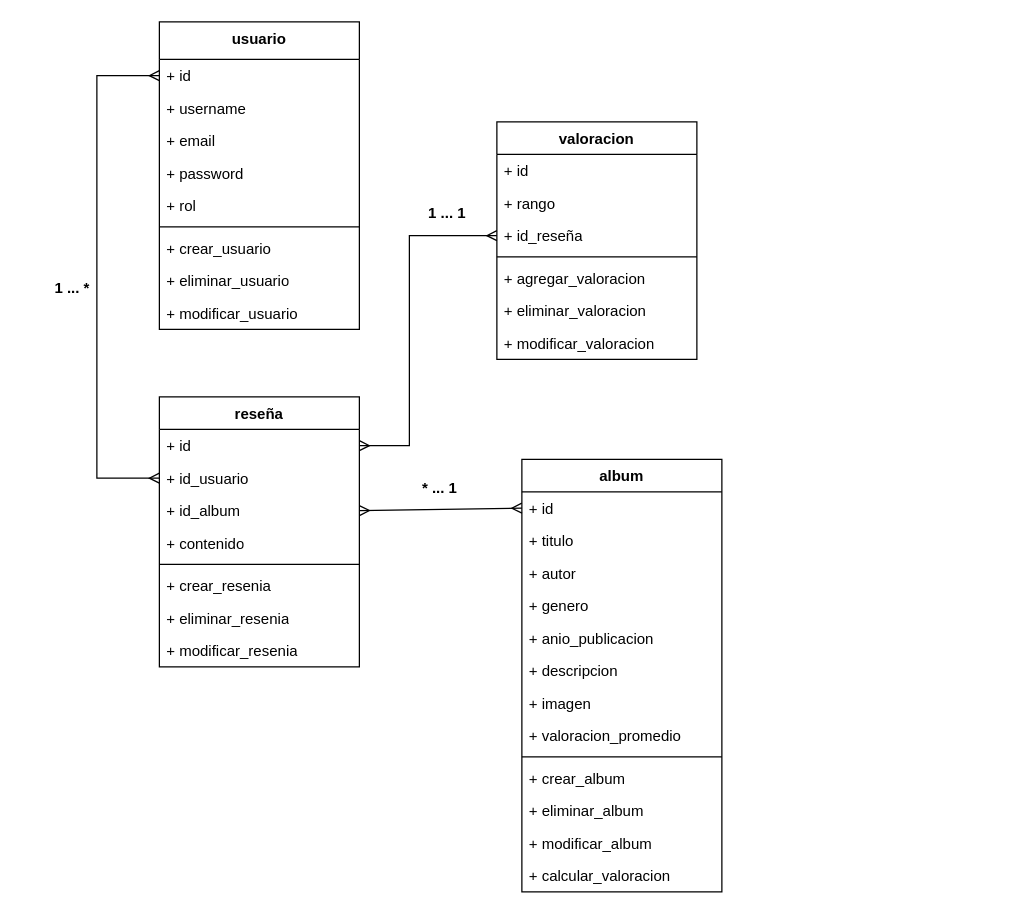
The draw.io diagram docs/MODELO_DE_DOMINIO.drawio in TPI-TUP/VinyLog, before the edit. Source tidied: cells renumbered, new cells numbered last; positions are measured from the earlier drawing's top-left corner, leaving out a move shared by most shapes. Both pictures are drawn from the tidied source at 125%, with x=0, y=0 at pixel (21, 21).
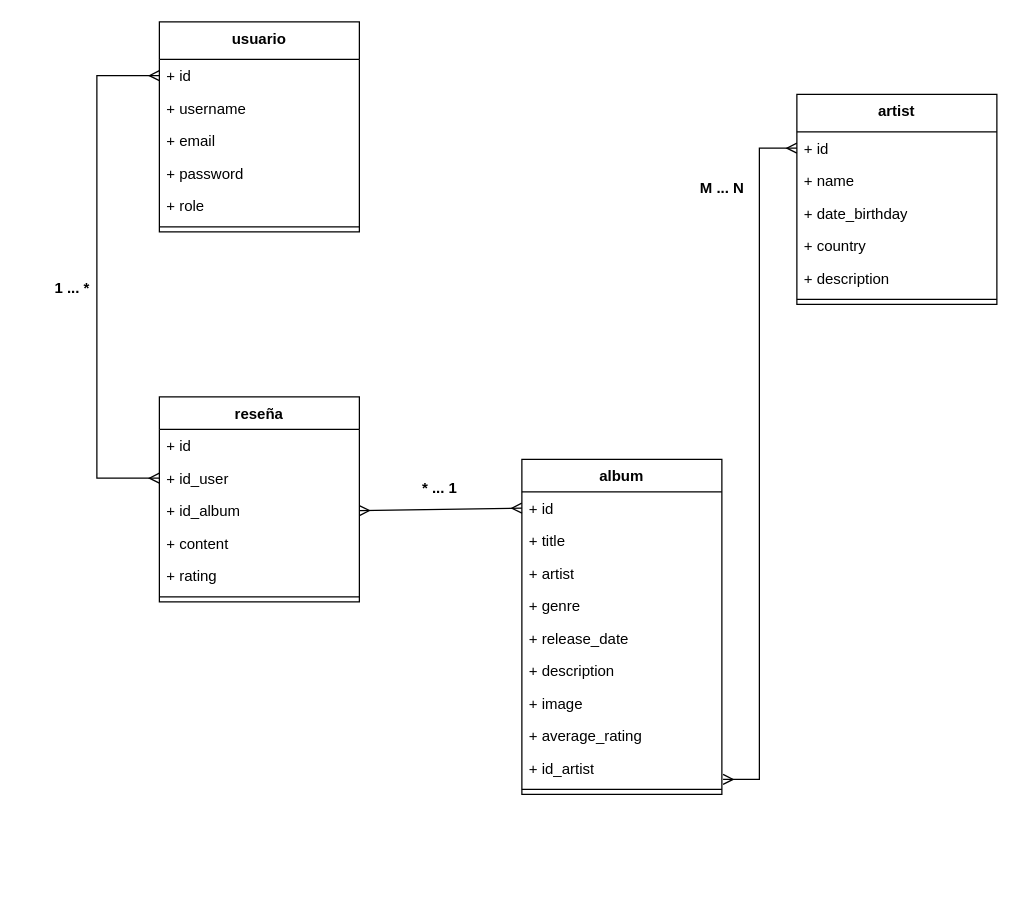
After the change.

Commit message:
fix modelo de dominio

The change refers to these unchanged cells:
```xml
<mxCell id="3" value="+ id" style="text;strokeColor=none;fillColor=none;align=left;verticalAlign=top;spacingLeft=4;spacingRight=4;overflow=hidden;points=[[0,0.5],[1,0.5]];portConstraint=eastwest;whiteSpace=wrap;html=1;" parent="2" vertex="1">
  <mxGeometry y="26" width="160" height="26" as="geometry" />
</mxCell>
```

The edit, as a diff of the source:
```diff
@@
     <mxCell id="2" value="reseña" style="swimlane;fontStyle=1;align=center;verticalAlign=top;horizontal=1;startSize=26;whiteSpace=wrap;html=1;" parent="1" vertex="1">
-      <mxGeometry x="110" y="300" width="160" height="216" as="geometry" />
+      <mxGeometry x="110" y="300" width="160" height="164" as="geometry" />
     </mxCell>
@@
-    <mxCell id="4" value="+ id_usuario" style="text;strokeColor=none;fillColor=none;align=left;verticalAlign=top;spacingLeft=4;spacingRight=4;overflow=hidden;points=[[0,0.5],[1,0.5]];portConstraint=eastwest;whiteSpace=wrap;html=1;" parent="2" vertex="1">
+    <mxCell id="4" value="+ id_user" style="text;strokeColor=none;fillColor=none;align=left;verticalAlign=top;spacingLeft=4;spacingRight=4;overflow=hidden;points=[[0,0.5],[1,0.5]];portConstraint=eastwest;whiteSpace=wrap;html=1;" parent="2" vertex="1">
       <mxGeometry y="52" width="160" height="26" as="geometry" />
     </mxCell>
@@
-    <mxCell id="6" value="+ contenido" style="text;strokeColor=none;fillColor=none;align=left;verticalAlign=top;spacingLeft=4;spacingRight=4;overflow=hidden;whiteSpace=wrap;html=1;" parent="2" vertex="1">
+    <mxCell id="6" value="+ content" style="text;strokeColor=none;fillColor=none;align=left;verticalAlign=top;spacingLeft=4;spacingRight=4;overflow=hidden;whiteSpace=wrap;html=1;" parent="2" vertex="1">
       <mxGeometry y="104" width="160" height="26" as="geometry" />
     </mxCell>
+    <mxCell id="49" value="+ rating" style="text;strokeColor=none;fillColor=none;align=left;verticalAlign=top;spacingLeft=4;spacingRight=4;overflow=hidden;whiteSpace=wrap;html=1;" parent="2" vertex="1">
+      <mxGeometry y="130" width="160" height="26" as="geometry" />
+    </mxCell>
     <mxCell id="7" style="line;strokeWidth=1;fillColor=none;align=left;verticalAlign=middle;spacingTop=-1;spacingLeft=3;spacingRight=3;labelPosition=right;strokeColor=inherit;" parent="2" vertex="1">
-      <mxGeometry y="130" width="160" height="8" as="geometry" />
+      <mxGeometry y="156" width="160" height="8" as="geometry" />
     </mxCell>
-    <mxCell id="8" value="+ crear_resenia" style="text;strokeColor=none;fillColor=none;align=left;verticalAlign=top;spacingLeft=4;spacingRight=4;overflow=hidden;whiteSpace=wrap;html=1;" parent="2" vertex="1">
-      <mxGeometry y="138" width="160" height="26" as="geometry" />
-    </mxCell>
-    <mxCell id="9" value="+ eliminar_resenia" style="text;strokeColor=none;fillColor=none;align=left;verticalAlign=top;spacingLeft=4;spacingRight=4;overflow=hidden;whiteSpace=wrap;html=1;" parent="2" vertex="1">
-      <mxGeometry y="164" width="160" height="26" as="geometry" />
-    </mxCell>
-    <mxCell id="10" value="+ modificar_resenia" style="text;strokeColor=none;fillColor=none;align=left;verticalAlign=top;spacingLeft=4;spacingRight=4;overflow=hidden;whiteSpace=wrap;html=1;" parent="2" vertex="1">
-      <mxGeometry y="190" width="160" height="26" as="geometry" />
-    </mxCell>
     <mxCell id="11" value="usuario" style="swimlane;fontStyle=1;align=center;verticalAlign=top;horizontal=1;startSize=30;whiteSpace=wrap;html=1;" parent="1" vertex="1">
-      <mxGeometry x="110" width="160" height="246" as="geometry" />
+      <mxGeometry x="110" width="160" height="168" as="geometry" />
     </mxCell>
@@
-    <mxCell id="16" value="+ rol" style="text;strokeColor=none;fillColor=none;align=left;verticalAlign=top;spacingLeft=4;spacingRight=4;overflow=hidden;whiteSpace=wrap;html=1;" parent="11" vertex="1">
+    <mxCell id="16" value="+ role" style="text;strokeColor=none;fillColor=none;align=left;verticalAlign=top;spacingLeft=4;spacingRight=4;overflow=hidden;whiteSpace=wrap;html=1;" parent="11" vertex="1">
       <mxGeometry y="134" width="160" height="26" as="geometry" />
     </mxCell>
@@
-    <mxCell id="18" value="+ crear_usuario" style="text;strokeColor=none;fillColor=none;align=left;verticalAlign=top;spacingLeft=4;spacingRight=4;overflow=hidden;whiteSpace=wrap;html=1;" parent="11" vertex="1">
-      <mxGeometry y="168" width="160" height="26" as="geometry" />
-    </mxCell>
-    <mxCell id="19" value="+ eliminar_usuario" style="text;strokeColor=none;fillColor=none;align=left;verticalAlign=top;spacingLeft=4;spacingRight=4;overflow=hidden;whiteSpace=wrap;html=1;" parent="11" vertex="1">
-      <mxGeometry y="194" width="160" height="26" as="geometry" />
-    </mxCell>
-    <mxCell id="20" value="+ modificar_usuario" style="text;strokeColor=none;fillColor=none;align=left;verticalAlign=top;spacingLeft=4;spacingRight=4;overflow=hidden;whiteSpace=wrap;html=1;" parent="11" vertex="1">
-      <mxGeometry y="220" width="160" height="26" as="geometry" />
-    </mxCell>
     <mxCell id="21" value="album&lt;div&gt;&lt;br&gt;&lt;/div&gt;" style="swimlane;fontStyle=1;align=center;verticalAlign=top;horizontal=1;startSize=26;whiteSpace=wrap;html=1;" parent="1" vertex="1">
-      <mxGeometry x="400" y="350" width="160" height="346" as="geometry" />
+      <mxGeometry x="400" y="350" width="160" height="268" as="geometry" />
     </mxCell>
@@
-    <mxCell id="23" value="+ titulo" style="text;strokeColor=none;fillColor=none;align=left;verticalAlign=top;spacingLeft=4;spacingRight=4;overflow=hidden;whiteSpace=wrap;html=1;" parent="21" vertex="1">
+    <mxCell id="23" value="+ title" style="text;strokeColor=none;fillColor=none;align=left;verticalAlign=top;spacingLeft=4;spacingRight=4;overflow=hidden;whiteSpace=wrap;html=1;" parent="21" vertex="1">
       <mxGeometry y="52" width="160" height="26" as="geometry" />
     </mxCell>
-    <mxCell id="24" value="+ autor" style="text;strokeColor=none;fillColor=none;align=left;verticalAlign=top;spacingLeft=4;spacingRight=4;overflow=hidden;whiteSpace=wrap;html=1;" parent="21" vertex="1">
+    <mxCell id="24" value="+ artist" style="text;strokeColor=none;fillColor=none;align=left;verticalAlign=top;spacingLeft=4;spacingRight=4;overflow=hidden;whiteSpace=wrap;html=1;" parent="21" vertex="1">
       <mxGeometry y="78" width="160" height="26" as="geometry" />
     </mxCell>
-    <mxCell id="25" value="+ genero" style="text;strokeColor=none;fillColor=none;align=left;verticalAlign=top;spacingLeft=4;spacingRight=4;overflow=hidden;whiteSpace=wrap;html=1;" parent="21" vertex="1">
+    <mxCell id="25" value="+ genre" style="text;strokeColor=none;fillColor=none;align=left;verticalAlign=top;spacingLeft=4;spacingRight=4;overflow=hidden;whiteSpace=wrap;html=1;" parent="21" vertex="1">
       <mxGeometry y="104" width="160" height="26" as="geometry" />
     </mxCell>
-    <mxCell id="26" value="+ anio_publicacion" style="text;strokeColor=none;fillColor=none;align=left;verticalAlign=top;spacingLeft=4;spacingRight=4;overflow=hidden;whiteSpace=wrap;html=1;" parent="21" vertex="1">
+    <mxCell id="26" value="+ release_date" style="text;strokeColor=none;fillColor=none;align=left;verticalAlign=top;spacingLeft=4;spacingRight=4;overflow=hidden;whiteSpace=wrap;html=1;" parent="21" vertex="1">
       <mxGeometry y="130" width="160" height="26" as="geometry" />
     </mxCell>
-    <mxCell id="27" value="+ descripcion" style="text;strokeColor=none;fillColor=none;align=left;verticalAlign=top;spacingLeft=4;spacingRight=4;overflow=hidden;whiteSpace=wrap;html=1;" parent="21" vertex="1">
+    <mxCell id="27" value="+ description" style="text;strokeColor=none;fillColor=none;align=left;verticalAlign=top;spacingLeft=4;spacingRight=4;overflow=hidden;whiteSpace=wrap;html=1;" parent="21" vertex="1">
       <mxGeometry y="156" width="160" height="26" as="geometry" />
     </mxCell>
-    <mxCell id="28" value="+ imagen" style="text;strokeColor=none;fillColor=none;align=left;verticalAlign=top;spacingLeft=4;spacingRight=4;overflow=hidden;whiteSpace=wrap;html=1;" parent="21" vertex="1">
+    <mxCell id="28" value="+ image" style="text;strokeColor=none;fillColor=none;align=left;verticalAlign=top;spacingLeft=4;spacingRight=4;overflow=hidden;whiteSpace=wrap;html=1;" parent="21" vertex="1">
       <mxGeometry y="182" width="160" height="26" as="geometry" />
     </mxCell>
-    <mxCell id="29" value="+ valoracion_promedio" style="text;strokeColor=none;fillColor=none;align=left;verticalAlign=top;spacingLeft=4;spacingRight=4;overflow=hidden;whiteSpace=wrap;html=1;" parent="21" vertex="1">
+    <mxCell id="29" value="+ average_rating" style="text;strokeColor=none;fillColor=none;align=left;verticalAlign=top;spacingLeft=4;spacingRight=4;overflow=hidden;whiteSpace=wrap;html=1;" parent="21" vertex="1">
       <mxGeometry y="208" width="160" height="26" as="geometry" />
     </mxCell>
+    <mxCell id="50" value="+ id_artist" style="text;strokeColor=none;fillColor=none;align=left;verticalAlign=top;spacingLeft=4;spacingRight=4;overflow=hidden;points=[[0,0.5],[1,0.5]];portConstraint=eastwest;whiteSpace=wrap;html=1;" parent="21" vertex="1">
+      <mxGeometry y="234" width="160" height="26" as="geometry" />
+    </mxCell>
     <mxCell id="30" style="line;strokeWidth=1;fillColor=none;align=left;verticalAlign=middle;spacingTop=-1;spacingLeft=3;spacingRight=3;labelPosition=right;strokeColor=inherit;" parent="21" vertex="1">
-      <mxGeometry y="234" width="160" height="8" as="geometry" />
+      <mxGeometry y="260" width="160" height="8" as="geometry" />
     </mxCell>
-    <mxCell id="31" value="+ crear_album" style="text;strokeColor=none;fillColor=none;align=left;verticalAlign=top;spacingLeft=4;spacingRight=4;overflow=hidden;whiteSpace=wrap;html=1;" parent="21" vertex="1">
-      <mxGeometry y="242" width="160" height="26" as="geometry" />
-    </mxCell>
-    <mxCell id="32" value="+ eliminar_album" style="text;strokeColor=none;fillColor=none;align=left;verticalAlign=top;spacingLeft=4;spacingRight=4;overflow=hidden;whiteSpace=wrap;html=1;" parent="21" vertex="1">
-      <mxGeometry y="268" width="160" height="26" as="geometry" />
-    </mxCell>
-    <mxCell id="33" value="+ modificar_album" style="text;strokeColor=none;fillColor=none;align=left;verticalAlign=top;spacingLeft=4;spacingRight=4;overflow=hidden;whiteSpace=wrap;html=1;" parent="21" vertex="1">
-      <mxGeometry y="294" width="160" height="26" as="geometry" />
-    </mxCell>
-    <mxCell id="34" value="+ calcular_valoracion" style="text;strokeColor=none;fillColor=none;align=left;verticalAlign=top;spacingLeft=4;spacingRight=4;overflow=hidden;whiteSpace=wrap;html=1;" parent="21" vertex="1">
-      <mxGeometry y="320" width="160" height="26" as="geometry" />
-    </mxCell>
@@
-    <mxCell id="37" value="valoracion" style="swimlane;fontStyle=1;align=center;verticalAlign=top;horizontal=1;startSize=26;whiteSpace=wrap;html=1;" parent="1" vertex="1">
-      <mxGeometry x="380" y="80" width="160" height="190" as="geometry" />
-    </mxCell>
+    <mxCell id="46" value="* ... 1" style="text;align=center;fontStyle=1;verticalAlign=middle;spacingLeft=3;spacingRight=3;strokeColor=none;html=1;" parent="1" vertex="1">
+      <mxGeometry x="293.5" y="360" width="80" height="26" as="geometry" />
+    </mxCell>
+    <mxCell id="48" value="1 ... *" style="text;align=center;fontStyle=1;verticalAlign=middle;spacingLeft=3;spacingRight=3;strokeColor=none;html=1;" parent="1" vertex="1">
+      <mxGeometry y="200" width="80" height="26" as="geometry" />
+    </mxCell>
+    <mxCell id="51" value="artist" style="swimlane;fontStyle=1;align=center;verticalAlign=top;horizontal=1;startSize=30;whiteSpace=wrap;html=1;" parent="1" vertex="1">
+      <mxGeometry x="620" y="58" width="160" height="168" as="geometry" />
+    </mxCell>
-    <mxCell id="38" value="+ id" style="text;strokeColor=none;fillColor=none;align=left;verticalAlign=top;spacingLeft=4;spacingRight=4;overflow=hidden;points=[[0,0.5],[1,0.5]];portConstraint=eastwest;whiteSpace=wrap;html=1;" parent="37" vertex="1">
-      <mxGeometry y="26" width="160" height="26" as="geometry" />
+    <mxCell id="38" value="+ id" style="text;strokeColor=none;fillColor=none;align=left;verticalAlign=top;spacingLeft=4;spacingRight=4;overflow=hidden;points=[[0,0.5],[1,0.5]];portConstraint=eastwest;whiteSpace=wrap;html=1;" parent="51" vertex="1">
+      <mxGeometry y="30" width="160" height="26" as="geometry" />
     </mxCell>
-    <mxCell id="39" value="+ rango" style="text;strokeColor=none;fillColor=none;align=left;verticalAlign=top;spacingLeft=4;spacingRight=4;overflow=hidden;whiteSpace=wrap;html=1;" parent="37" vertex="1">
-      <mxGeometry y="52" width="160" height="26" as="geometry" />
-    </mxCell>
-    <mxCell id="40" value="+ id_reseña" style="text;strokeColor=none;fillColor=none;align=left;verticalAlign=top;spacingLeft=4;spacingRight=4;overflow=hidden;points=[[0,0.5],[1,0.5]];portConstraint=eastwest;whiteSpace=wrap;html=1;" parent="37" vertex="1">
-      <mxGeometry y="78" width="160" height="26" as="geometry" />
-    </mxCell>
-    <mxCell id="41" style="line;strokeWidth=1;fillColor=none;align=left;verticalAlign=middle;spacingTop=-1;spacingLeft=3;spacingRight=3;labelPosition=right;strokeColor=inherit;" parent="37" vertex="1">
-      <mxGeometry y="104" width="160" height="8" as="geometry" />
-    </mxCell>
-    <mxCell id="42" value="+ agregar_valoracion" style="text;strokeColor=none;fillColor=none;align=left;verticalAlign=top;spacingLeft=4;spacingRight=4;overflow=hidden;whiteSpace=wrap;html=1;" parent="37" vertex="1">
-      <mxGeometry y="112" width="160" height="26" as="geometry" />
-    </mxCell>
-    <mxCell id="43" value="+ eliminar_valoracion" style="text;strokeColor=none;fillColor=none;align=left;verticalAlign=top;spacingLeft=4;spacingRight=4;overflow=hidden;whiteSpace=wrap;html=1;" parent="37" vertex="1">
-      <mxGeometry y="138" width="160" height="26" as="geometry" />
-    </mxCell>
-    <mxCell id="44" value="+ modificar_valoracion" style="text;strokeColor=none;fillColor=none;align=left;verticalAlign=top;spacingLeft=4;spacingRight=4;overflow=hidden;whiteSpace=wrap;html=1;" parent="37" vertex="1">
-      <mxGeometry y="164" width="160" height="26" as="geometry" />
-    </mxCell>
-    <mxCell id="45" style="edgeStyle=orthogonalEdgeStyle;rounded=0;jettySize=auto;html=1;exitX=1;exitY=0.5;exitDx=0;exitDy=0;entryX=0;entryY=0.5;entryDx=0;entryDy=0;startArrow=ERmany;startFill=0;endArrow=ERmany;endFill=0;" parent="1" edge="1" source="3" target="40">
-      <mxGeometry relative="1" as="geometry">
-        <Array as="points">
-          <mxPoint x="310" y="339" />
-          <mxPoint x="310" y="171" />
-        </Array>
-      </mxGeometry>
-    </mxCell>
-    <mxCell id="46" value="* ... 1" style="text;align=center;fontStyle=1;verticalAlign=middle;spacingLeft=3;spacingRight=3;strokeColor=none;html=1;" parent="1" vertex="1">
-      <mxGeometry x="293.5" y="360" width="80" height="26" as="geometry" />
-    </mxCell>
-    <mxCell id="47" value="1 ... 1" style="text;align=center;fontStyle=1;verticalAlign=middle;spacingLeft=3;spacingRight=3;strokeColor=none;html=1;" parent="1" vertex="1">
-      <mxGeometry x="300" y="140" width="80" height="26" as="geometry" />
-    </mxCell>
-    <mxCell id="48" value="1 ... *" style="text;align=center;fontStyle=1;verticalAlign=middle;spacingLeft=3;spacingRight=3;strokeColor=none;html=1;" parent="1" vertex="1">
-      <mxGeometry y="200" width="80" height="26" as="geometry" />
-    </mxCell>
+    <mxCell id="52" value="+ name" style="text;strokeColor=none;fillColor=none;align=left;verticalAlign=top;spacingLeft=4;spacingRight=4;overflow=hidden;whiteSpace=wrap;html=1;" parent="51" vertex="1">
+      <mxGeometry y="56" width="160" height="26" as="geometry" />
+    </mxCell>
+    <mxCell id="53" value="+ date_birthday" style="text;strokeColor=none;fillColor=none;align=left;verticalAlign=top;spacingLeft=4;spacingRight=4;overflow=hidden;whiteSpace=wrap;html=1;" parent="51" vertex="1">
+      <mxGeometry y="82" width="160" height="26" as="geometry" />
+    </mxCell>
+    <mxCell id="54" value="+ country" style="text;strokeColor=none;fillColor=none;align=left;verticalAlign=top;spacingLeft=4;spacingRight=4;overflow=hidden;whiteSpace=wrap;html=1;" parent="51" vertex="1">
+      <mxGeometry y="108" width="160" height="26" as="geometry" />
+    </mxCell>
+    <mxCell id="55" value="+ description" style="text;strokeColor=none;fillColor=none;align=left;verticalAlign=top;spacingLeft=4;spacingRight=4;overflow=hidden;whiteSpace=wrap;html=1;" parent="51" vertex="1">
+      <mxGeometry y="134" width="160" height="26" as="geometry" />
+    </mxCell>
+    <mxCell id="56" style="line;strokeWidth=1;fillColor=none;align=left;verticalAlign=middle;spacingTop=-1;spacingLeft=3;spacingRight=3;labelPosition=right;strokeColor=inherit;" parent="51" vertex="1">
+      <mxGeometry y="160" width="160" height="8" as="geometry" />
+    </mxCell>
+    <mxCell id="57" style="edgeStyle=orthogonalEdgeStyle;html=1;exitX=1.006;exitY=0.846;exitDx=0;exitDy=0;entryX=0;entryY=0.5;entryDx=0;entryDy=0;exitPerimeter=0;endArrow=ERmany;endFill=0;rounded=0;curved=0;startArrow=ERmany;startFill=0;" parent="1" edge="1" source="50" target="38">
+      <mxGeometry relative="1" as="geometry" />
+    </mxCell>
+    <mxCell id="58" value="M ... N" style="text;align=center;fontStyle=1;verticalAlign=middle;spacingLeft=3;spacingRight=3;strokeColor=none;html=1;" parent="1" vertex="1">
+      <mxGeometry x="520" y="120" width="80" height="26" as="geometry" />
+    </mxCell>
```
